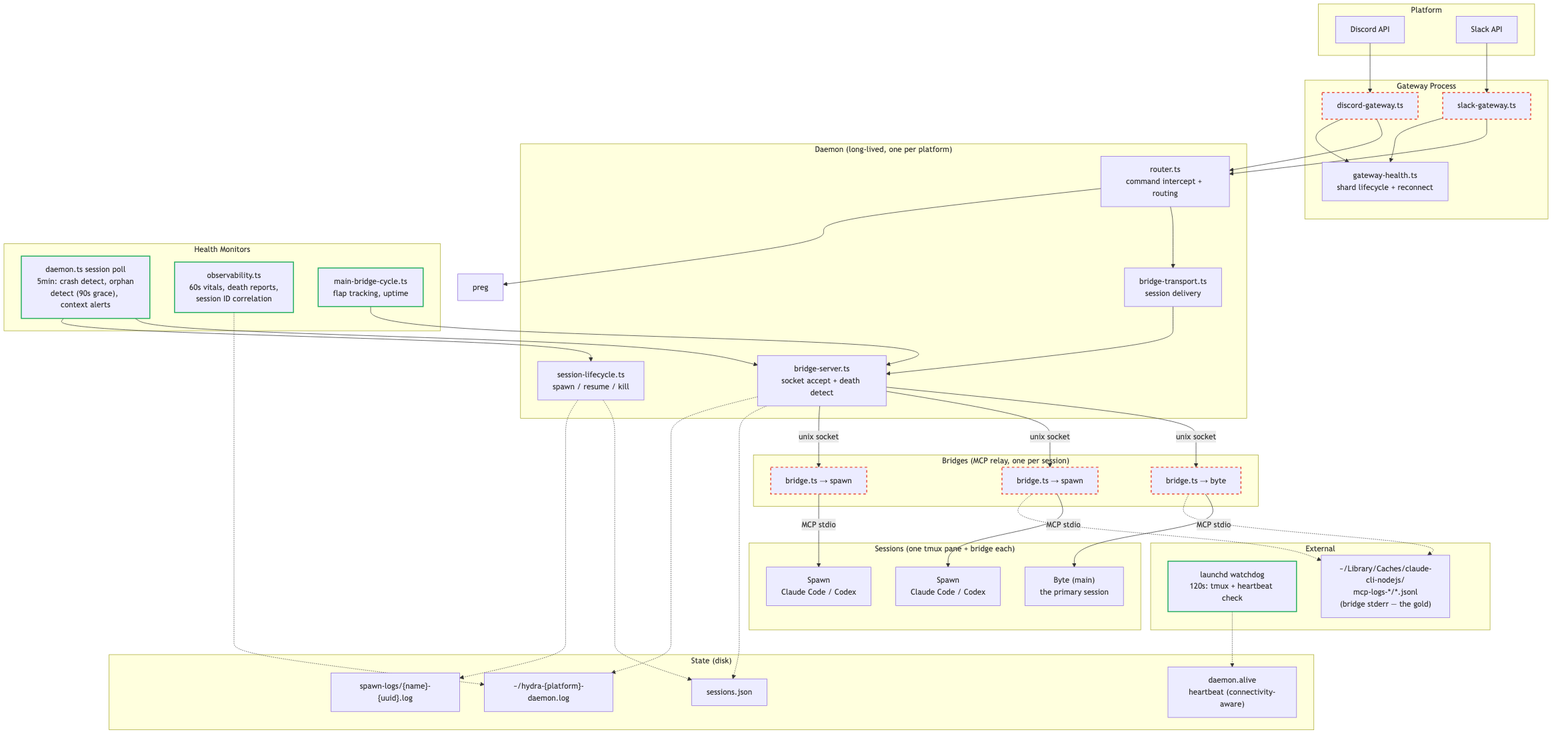
Before: diagrams/health-topology.png, a diagram exported from Mermaid (sf8193/hydra). Its source is kept beside it as diagrams/health-topology.mmd.
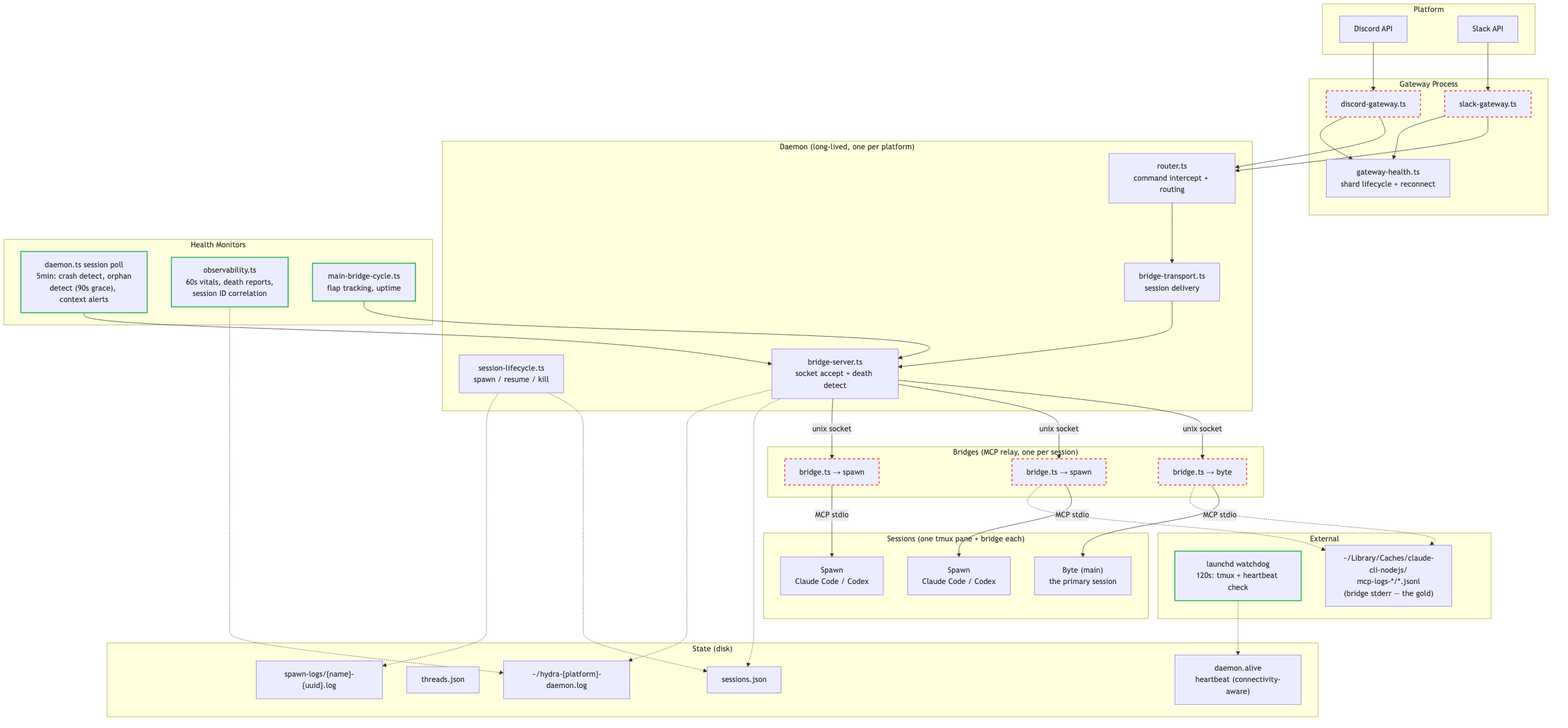
Later version of the same file.

Commit message:
fix: address review — dangling preg, wrong poll edge, restore threads.json, cli_local edge

Change to the diagram source:
```diff
@@ -38,6 +38,7 @@
 
     subgraph state["State (disk)"]
         sj["sessions.json"]
+        tj["threads.json"]
         logs["spawn-logs/{name}-{uuid}.log"]
         dlog["~/hydra-{platform}-daemon.log"]
         alive["daemon.alive<br/>heartbeat (connectivity-aware)"]
@@ -56,7 +57,6 @@
     sg --> gwh
 
     router --> transport
-    router --> preg
     transport --> server
 
     server -- "unix socket" --> b0
@@ -68,7 +68,6 @@
     b2 -- "MCP stdio" --> spawn2
 
     poll --> server
-    poll --> lifecycle
     obs -.-> dlog
     mbc --> server
     watchdog -.-> alive
```
